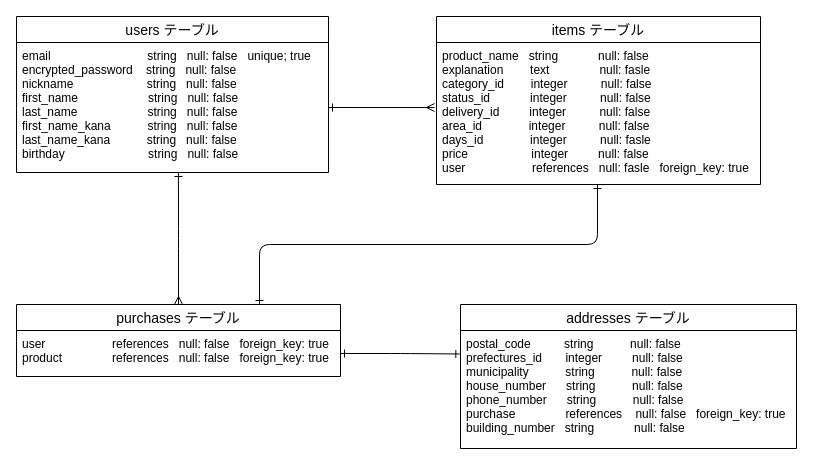
Before: furima.dio in koji509/furima-32143, a draw.io diagram. Source tidied: cells renumbered, new cells numbered last; positions are measured from the earlier drawing's top-left corner, leaving out a move shared by most shapes. Both pictures are drawn from the tidied source at 100%, with x=0, y=0 at pixel (16, 16).
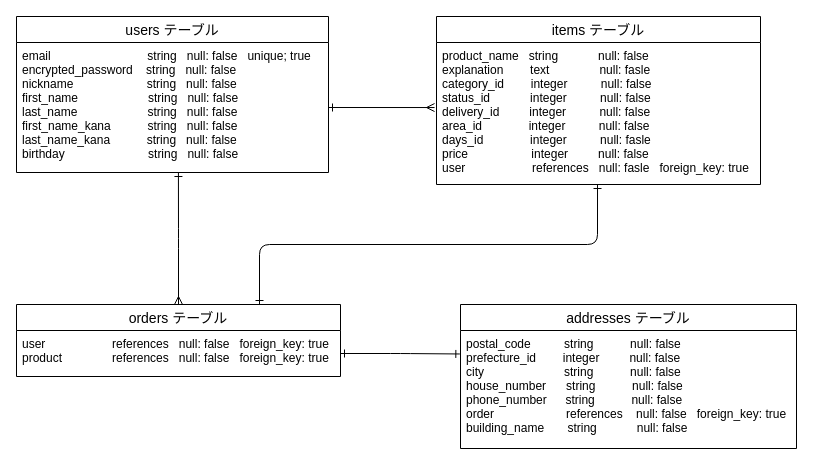
The same page after the edit.

Diff of the diagram source:
```diff
@@
 <mxGraphModel>
   <root>
     <mxCell id="0" />
     <mxCell id="1" parent="0" />
     <mxCell id="2" value="users テーブル" style="swimlane;fontStyle=0;horizontal=1;startSize=26;align=center;fontSize=14;rounded=0;sketch=0;" parent="1" vertex="1">
       <mxGeometry width="312" height="156" as="geometry" />
     </mxCell>
     <mxCell id="3" value="email                             string   null: false   unique; true&#10;encrypted_password    string   null: false&#10;nickname                      string   null: false&#10;first_name                     string   null: false&#10;last_name                     string   null: false&#10;first_name_kana           string   null: false&#10;last_name_kana           string   null: false&#10;birthday                         string   null: false" style="text;strokeColor=none;fillColor=none;spacingLeft=4;spacingRight=4;overflow=hidden;points=[[0,0.5],[1,0.5]];portConstraint=eastwest;fontSize=12;" parent="2" vertex="1">
       <mxGeometry y="26" width="312" height="130" as="geometry" />
     </mxCell>
     <mxCell id="4" style="edgeStyle=orthogonalEdgeStyle;curved=0;rounded=1;sketch=0;jettySize=auto;html=1;exitX=0.5;exitY=0;exitDx=0;exitDy=0;entryX=0.519;entryY=1;entryDx=0;entryDy=0;entryPerimeter=0;startArrow=ERmany;startFill=0;endArrow=ERone;endFill=0;" parent="1" edge="1" source="6" target="3">
       <mxGeometry relative="1" as="geometry" />
     </mxCell>
     <mxCell id="5" style="edgeStyle=orthogonalEdgeStyle;curved=0;rounded=1;sketch=0;jettySize=auto;html=1;exitX=0.75;exitY=0;exitDx=0;exitDy=0;entryX=0.497;entryY=1;entryDx=0;entryDy=0;entryPerimeter=0;startArrow=ERone;startFill=0;endArrow=ERone;endFill=0;" parent="1" edge="1" source="6" target="10">
       <mxGeometry relative="1" as="geometry" />
     </mxCell>
-    <mxCell id="6" value="purchases テーブル" style="swimlane;fontStyle=0;horizontal=1;startSize=26;align=center;fontSize=14;rounded=0;sketch=0;" parent="1" vertex="1">
+    <mxCell id="6" value="orders テーブル" style="swimlane;fontStyle=0;horizontal=1;startSize=26;align=center;fontSize=14;rounded=0;sketch=0;" parent="1" vertex="1">
       <mxGeometry y="288" width="324" height="72" as="geometry" />
     </mxCell>
     <mxCell id="7" value="user                    references   null: false   foreign_key: true&#10;product               references   null: false   foreign_key: true" style="text;strokeColor=none;fillColor=none;spacingLeft=4;spacingRight=4;overflow=hidden;points=[[0,0.5],[1,0.5]];portConstraint=eastwest;fontSize=12;" parent="6" vertex="1">
       <mxGeometry y="26" width="324" height="46" as="geometry" />
     </mxCell>
     <mxCell id="8" style="edgeStyle=orthogonalEdgeStyle;curved=0;rounded=1;sketch=0;jettySize=auto;html=1;exitX=1;exitY=0.5;exitDx=0;exitDy=0;entryX=-0.006;entryY=0.458;entryDx=0;entryDy=0;entryPerimeter=0;startArrow=ERone;startFill=0;endArrow=ERmany;endFill=0;" parent="1" edge="1" source="3" target="10">
       <mxGeometry relative="1" as="geometry" />
     </mxCell>
     <mxCell id="9" value="items テーブル" style="swimlane;fontStyle=0;horizontal=1;startSize=26;align=center;fontSize=14;rounded=0;sketch=0;" parent="1" vertex="1">
       <mxGeometry x="420" width="324" height="168" as="geometry" />
     </mxCell>
     <mxCell id="10" value="product_name   string            null: false&#10;explanation        text               null: fasle&#10;category_id        integer          null: false&#10;status_id            integer          null: false&#10;delivery_id         integer          null: false&#10;area_id              integer          null: false&#10;days_id              integer          null: fasle&#10;price                   integer         null: false&#10;user                    references   null: fasle   foreign_key: true" style="text;fillColor=none;spacingLeft=4;spacingRight=4;overflow=hidden;points=[[0,0.5],[1,0.5]];portConstraint=eastwest;fontSize=12;" parent="9" vertex="1">
       <mxGeometry y="26" width="324" height="142" as="geometry" />
     </mxCell>
     <mxCell id="11" value="addresses テーブル" style="swimlane;fontStyle=0;horizontal=1;startSize=26;align=center;fontSize=14;rounded=0;sketch=0;" parent="1" vertex="1">
       <mxGeometry x="444" y="288" width="336" height="144" as="geometry" />
     </mxCell>
-    <mxCell id="12" value="postal_code          string           null: false&#10;prefectures_id       integer         null: false&#10;municipality           string           null: false&#10;house_number      string           null: false&#10;phone_number      string           null: false&#10;purchase               references    null: false   foreign_key: true&#10;building_number   string            null: false" style="text;strokeColor=none;fillColor=none;spacingLeft=4;spacingRight=4;overflow=hidden;points=[[0,0.5],[1,0.5]];portConstraint=eastwest;fontSize=12;" parent="11" vertex="1">
+    <mxCell id="12" value="postal_code          string           null: false&#10;prefecture_id        integer         null: false&#10;city                        string           null: false&#10;house_number      string           null: false&#10;phone_number  　string           null: false&#10;order                  　references    null: false   foreign_key: true&#10;building_name       string            null: false" style="text;strokeColor=none;fillColor=none;spacingLeft=4;spacingRight=4;overflow=hidden;points=[[0,0.5],[1,0.5]];portConstraint=eastwest;fontSize=12;" parent="11" vertex="1">
       <mxGeometry y="26" width="336" height="118" as="geometry" />
     </mxCell>
     <mxCell id="13" style="edgeStyle=orthogonalEdgeStyle;curved=0;rounded=1;sketch=0;jettySize=auto;html=1;exitX=1;exitY=0.5;exitDx=0;exitDy=0;entryX=-0.002;entryY=0.199;entryDx=0;entryDy=0;entryPerimeter=0;startArrow=ERone;startFill=0;endArrow=ERone;endFill=0;" parent="1" edge="1" source="7" target="12">
       <mxGeometry relative="1" as="geometry" />
     </mxCell>
   </root>
 </mxGraphModel>
```
